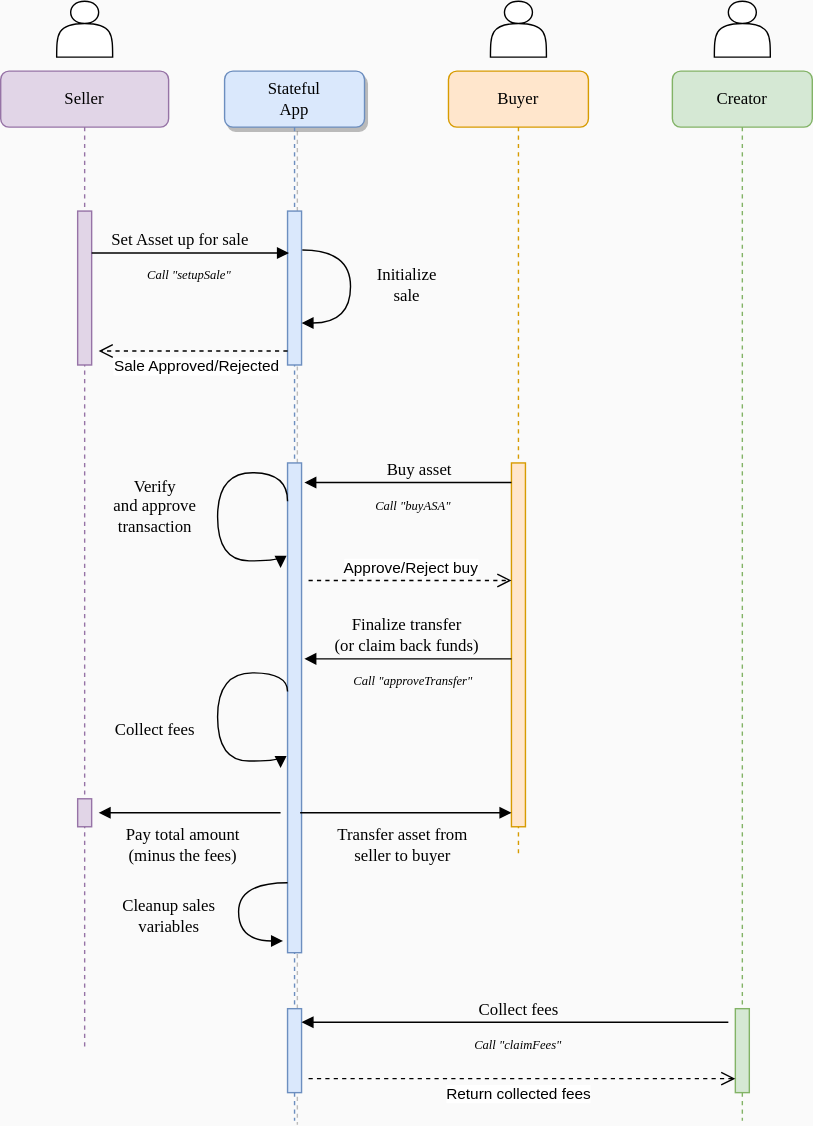
Before: imgs/algorand_royalty_fees_scheme.drawio.svg, a diagram exported from draw.io (rssalessio/algorand-royalty-fees). Source tidied: cells renumbered, new cells last; positions are measured from the earlier drawing's top-left corner, leaving out a move shared by most shapes.
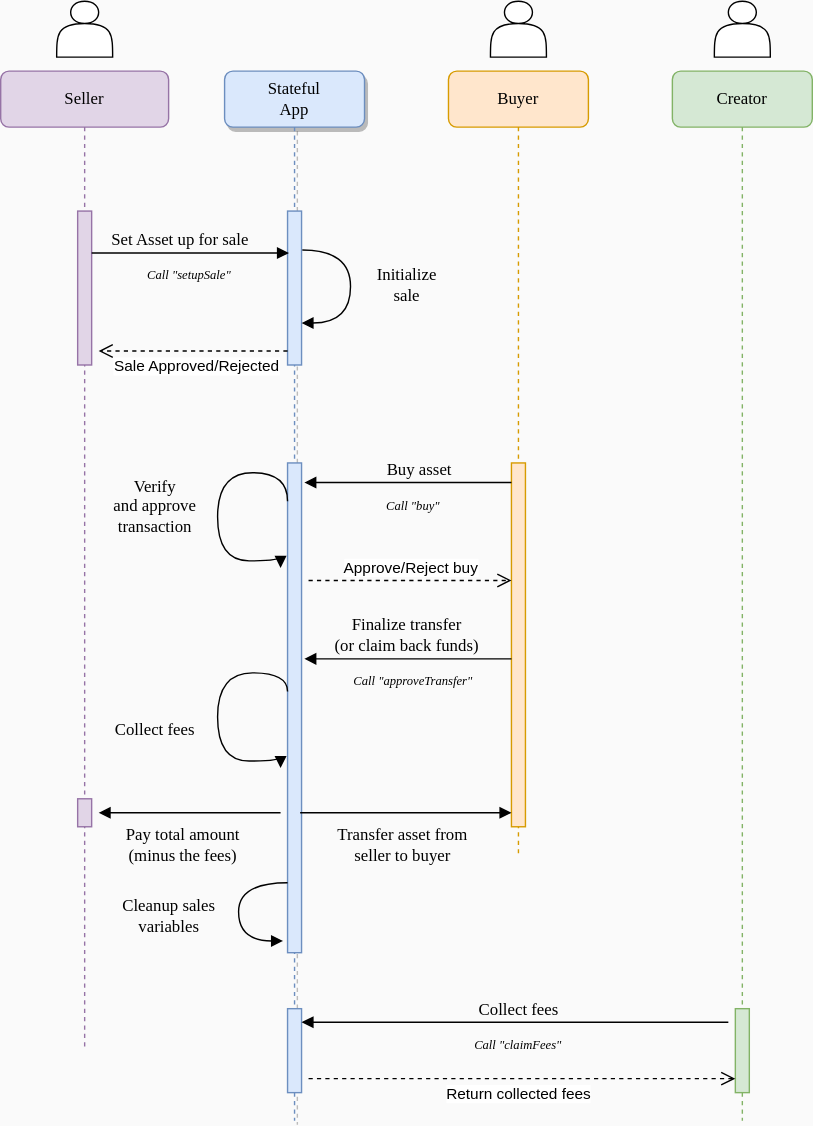
The same diagram one commit later.

The edit, as a diff of the source:
```diff
@@ -103,9 +103,9 @@
         </Array>
       </mxGeometry>
     </mxCell>
-    <mxCell id="21" value="&lt;i style=&quot;font-family: &amp;#34;verdana&amp;#34;&quot;&gt;&lt;font style=&quot;font-size: 9px&quot;&gt;Call &quot;buyASA&quot;&lt;/font&gt;&lt;/i&gt;" style="text;html=1;strokeColor=none;fillColor=none;align=center;verticalAlign=middle;whiteSpace=wrap;rounded=0;" parent="1" vertex="1">
-      <mxGeometry x="240" y="345" width="110" height="30" as="geometry" />
-    </mxCell>
+    <mxCell id="33" value="&lt;i style=&quot;font-family: &amp;#34;verdana&amp;#34;&quot;&gt;&lt;font style=&quot;font-size: 9px&quot;&gt;Call &quot;buy&quot;&lt;/font&gt;&lt;/i&gt;" style="text;html=1;strokeColor=none;fillColor=none;align=center;verticalAlign=middle;whiteSpace=wrap;rounded=0;" parent="1" vertex="1">
+      <mxGeometry x="240" y="345" width="110" height="30" as="geometry" />
+    </mxCell>
     <mxCell id="22" value="Sale Approved/Rejected" style="html=1;verticalAlign=bottom;endArrow=open;dashed=1;endSize=8;rounded=0;" parent="1" edge="1" source="3">
       <mxGeometry x="-0.04" y="20" relative="1" as="geometry">
         <mxPoint x="70" y="250" as="targetPoint" />
```
